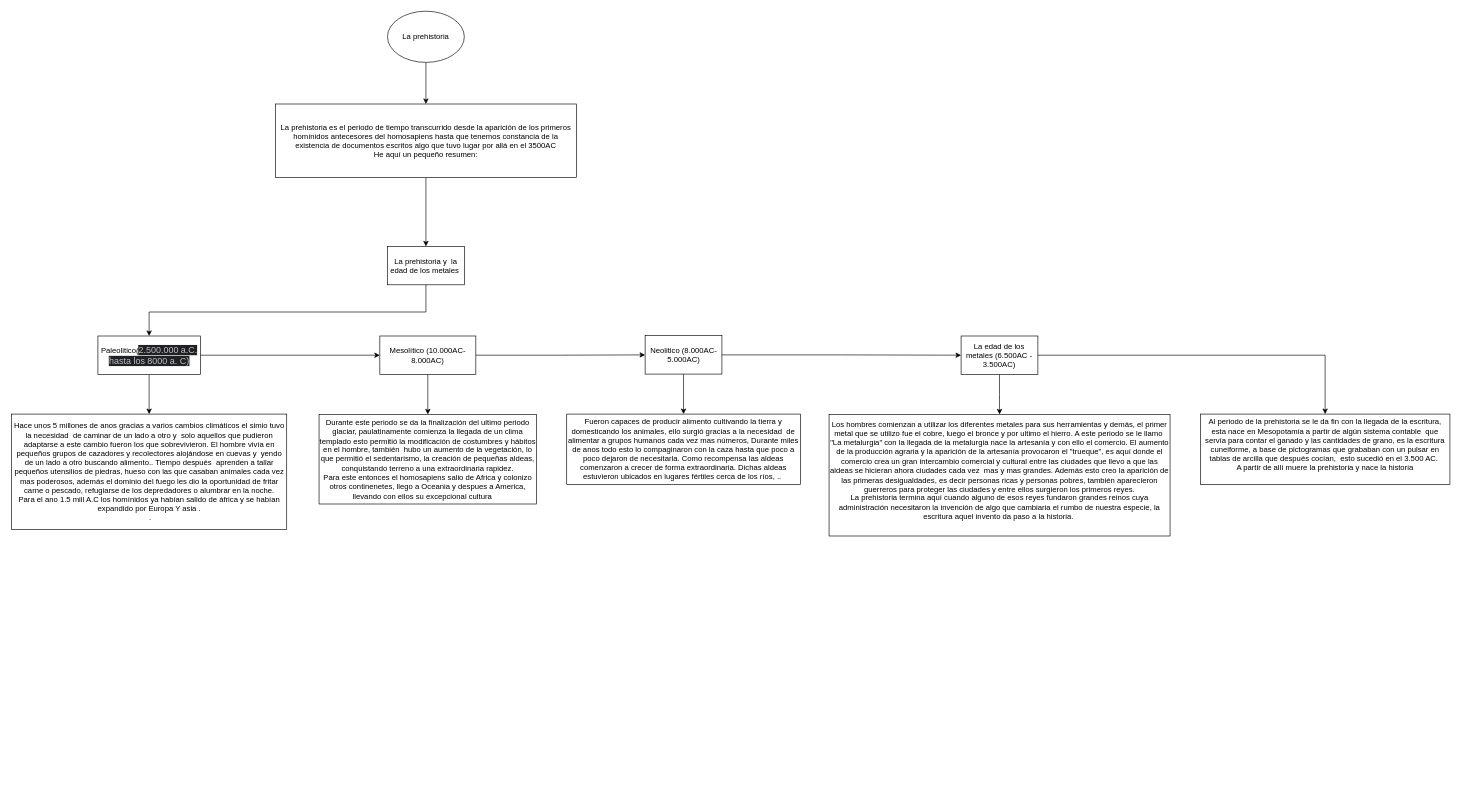
Above: page "La prehistoria ������" (5 of 5) of disenos/Untitled Diagram.drawio in YeisonBetancourt/The-masturbation (draw.io), before the change. Source tidied: cells renumbered, new cells numbered last; positions are measured from the earlier drawing's top-left corner, leaving out a move shared by most shapes. Both pictures are drawn from the tidied source at 64%, with x=0, y=0 at pixel (11, 11).
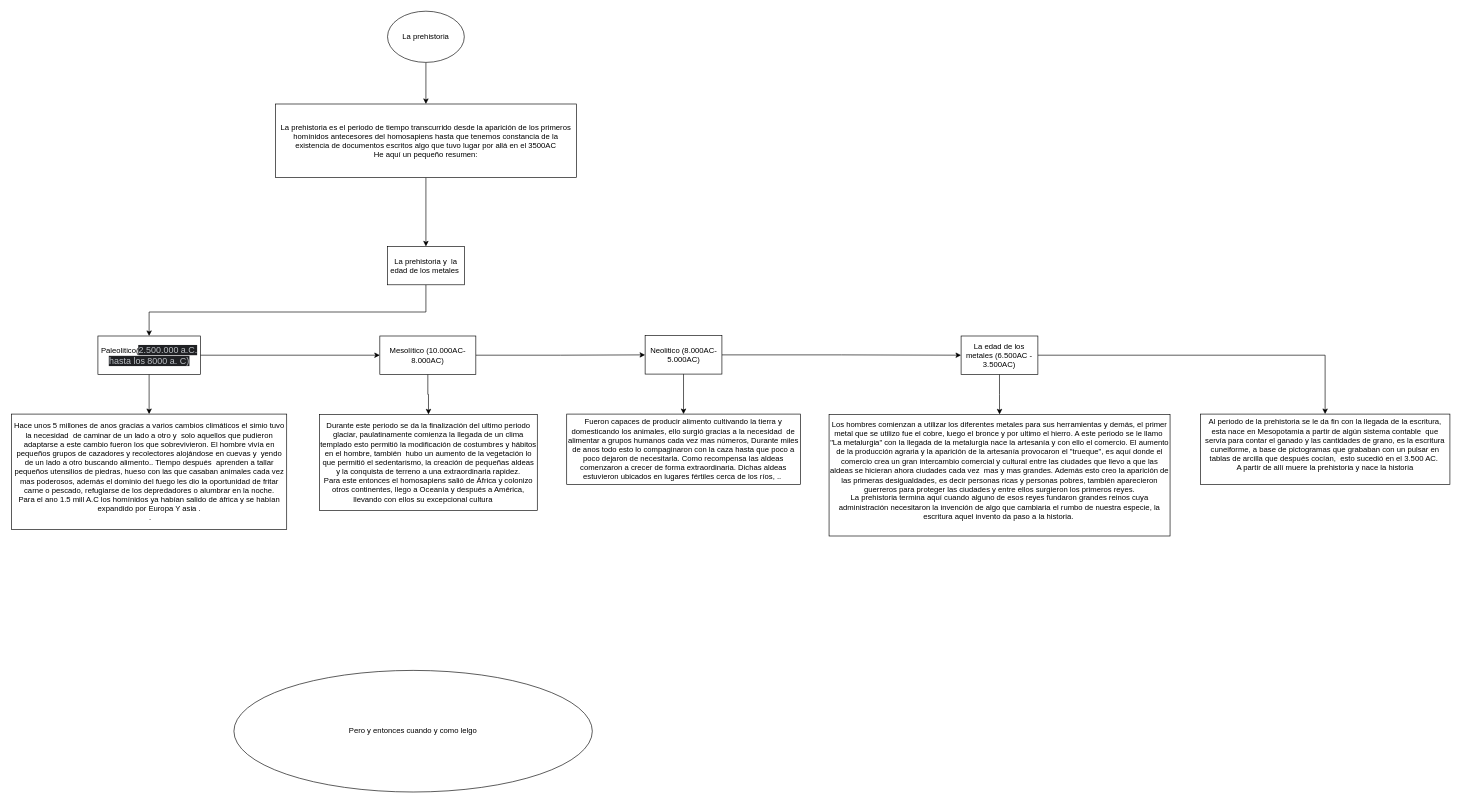
The same page after the edit.

What changed in the source:
```diff
@@
-    <mxCell id="19" value="Durante este periodo se da la finalización del ultimo periodo glaciar, paulatinamente comienza la llegada de un clima templado esto permitió la modificación de costumbres y hábitos en el hombre, también&amp;nbsp; hubo un aumento de la vegetación, lo que permitió el sedentarismo, la creación de pequeñas aldeas, conquistando terreno a una extraordinaria rapidez.&lt;br&gt;Para este entonces el homosapiens salio de Africa y colonizo otros continenetes, llego a Oceania y despues a America, llevando con ellos su excepcional cultura&amp;nbsp; &amp;nbsp; &amp;nbsp;" style="whiteSpace=wrap;html=1;" parent="1" vertex="1">
-      <mxGeometry x="481" y="630" width="340" height="140" as="geometry" />
+    <mxCell id="19" value="Durante este periodo se da la finalización del ultimo periodo glaciar, paulatinamente comienza la llegada de un clima templado esto permitió la modificación de costumbres y hábitos en el hombre, también&amp;nbsp; hubo un aumento de la vegetación lo que permitió el sedentarismo, la creación de pequeñas aldeas y la conquista de terreno a una extraordinaria rapidez.&lt;br&gt;Para este entonces el homosapiens salió de África y colonizo otros continentes, llego a Oceanía y después a América, llevando con ellos su excepcional cultura&amp;nbsp; &amp;nbsp; &amp;nbsp;" style="whiteSpace=wrap;html=1;" parent="1" vertex="1">
+      <mxGeometry x="482" y="630" width="340" height="150" as="geometry" />
     </mxCell>
@@
+    <mxCell id="26" value="Pero y entonces cuando y como lelgo" style="ellipse;whiteSpace=wrap;html=1;" parent="1" vertex="1">
+      <mxGeometry x="348" y="1030" width="560" height="190" as="geometry" />
+    </mxCell>
```
